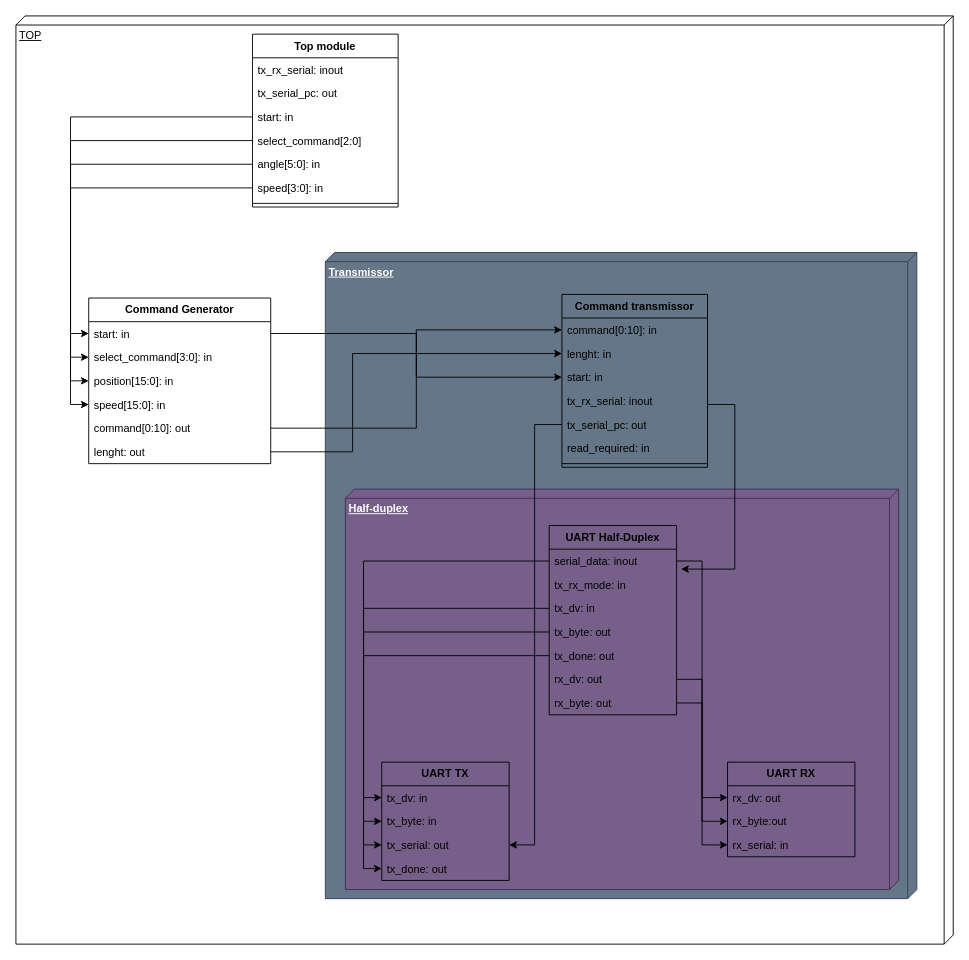
Earlier version of the draw.io diagram ComponentsDiagram.drawio (AlmuHS/AX12A_FPGA_Controller). Source tidied: cells renumbered, new cells numbered last; positions are measured from the earlier drawing's top-left corner, leaving out a move shared by most shapes. Both pictures are drawn from the tidied source at 91%, with x=0, y=0 at pixel (15, 15).
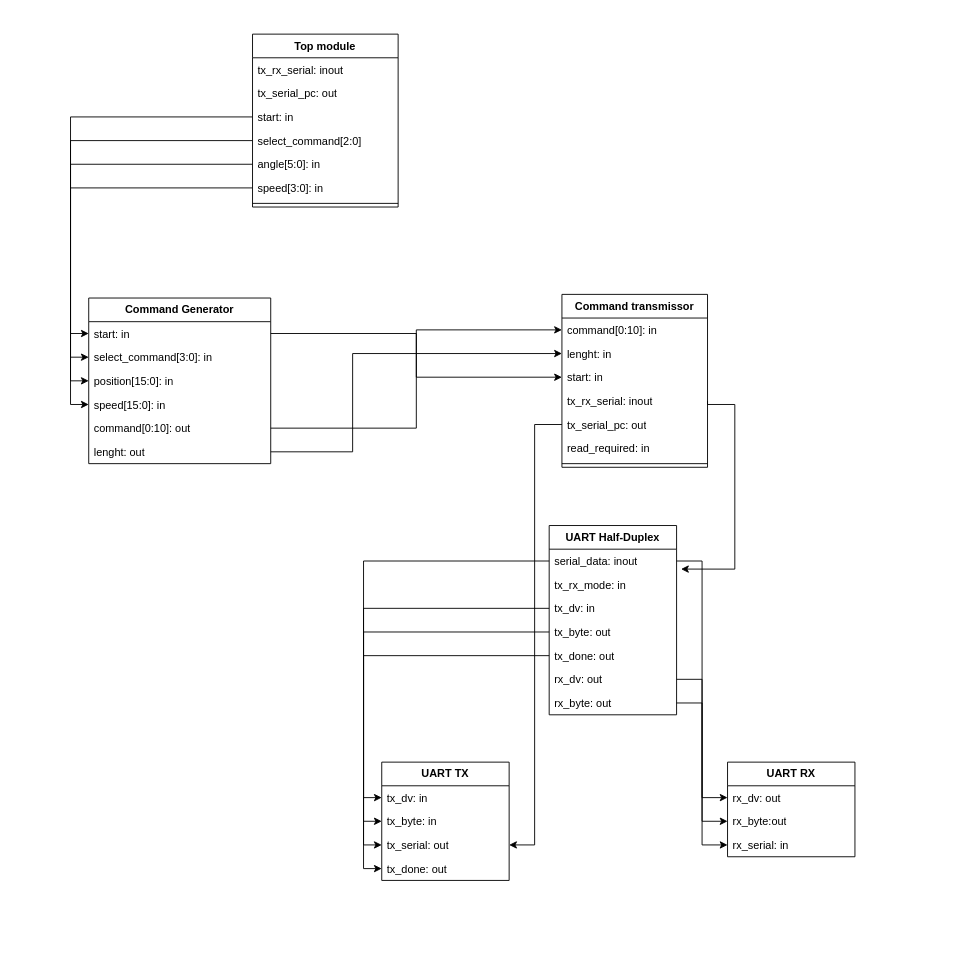
Above is the later version.

What changed in the source:
```diff
@@
-<mxGraphModel background="#ffffff">
+<mxGraphModel>
@@
-    <mxCell id="2" value="TOP" style="verticalAlign=top;align=left;spacingTop=8;spacingLeft=2;spacingRight=12;shape=cube;size=10;direction=south;fontStyle=4;html=1;whiteSpace=wrap;" parent="1" vertex="1">
-      <mxGeometry width="1030" height="1020" as="geometry" />
-    </mxCell>
-    <mxCell id="3" value="&lt;b&gt;Transmissor&lt;/b&gt;" style="verticalAlign=top;align=left;spacingTop=8;spacingLeft=2;spacingRight=12;shape=cube;size=10;direction=south;fontStyle=4;html=1;whiteSpace=wrap;fillColor=#647687;fontColor=#ffffff;strokeColor=#314354;" parent="1" vertex="1">
-      <mxGeometry x="340" y="260" width="650" height="710" as="geometry" />
-    </mxCell>
-    <mxCell id="4" value="&lt;b&gt;Half-duplex&lt;/b&gt;" style="verticalAlign=top;align=left;spacingTop=8;spacingLeft=2;spacingRight=12;shape=cube;size=10;direction=south;fontStyle=4;html=1;whiteSpace=wrap;fillColor=#76608a;fontColor=#ffffff;strokeColor=#432D57;" parent="1" vertex="1">
-      <mxGeometry x="362" y="520" width="608" height="440" as="geometry" />
-    </mxCell>
```
